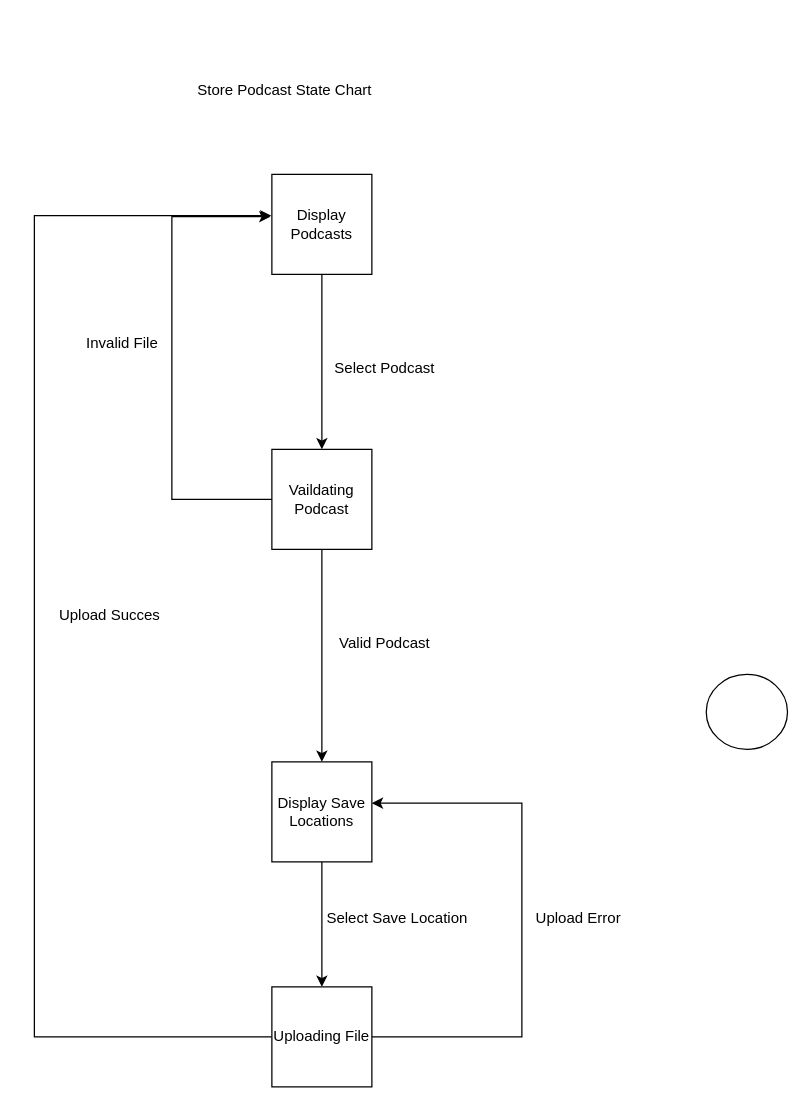
Glizzus/COMP-3700 keeps this draw.io diagram as D6a-Statecharts/store_podcast_statechart.drawio. Above is the earlier version. Source tidied: cells renumbered, new cells numbered last; positions are measured from the earlier drawing's top-left corner, leaving out a move shared by most shapes. Both pictures are drawn from the tidied source at 125%, with x=0, y=0 at pixel (34, 71).
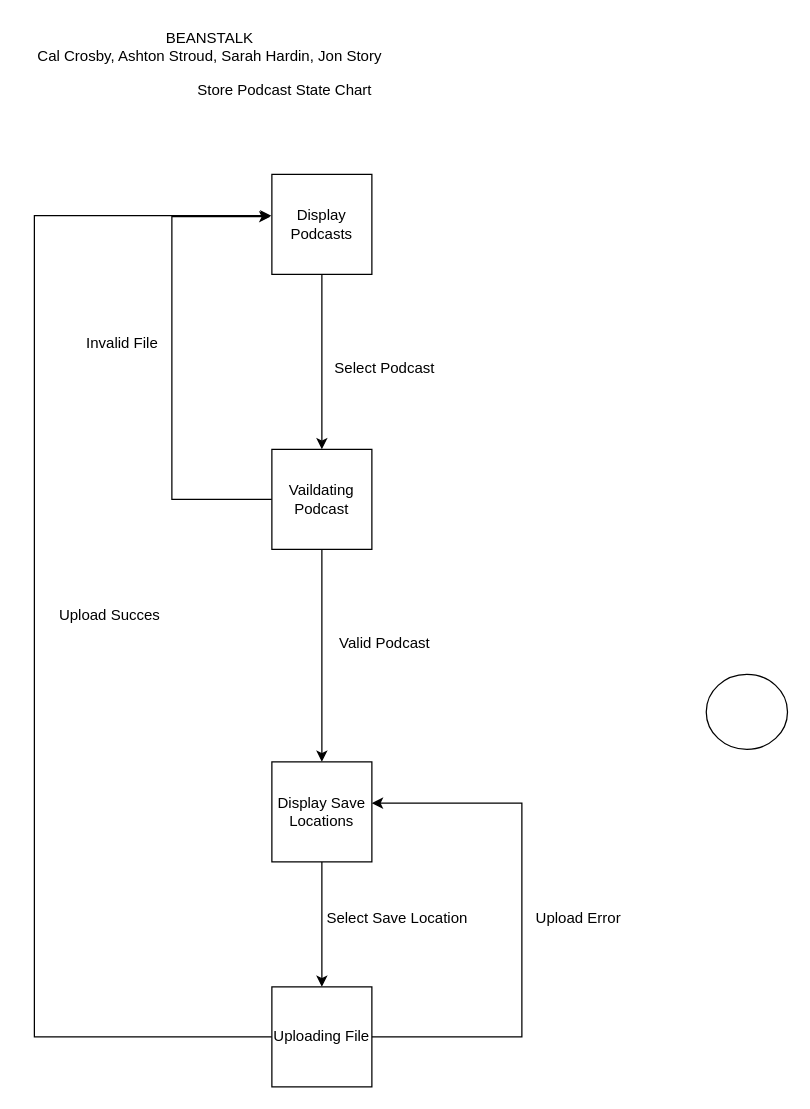
After the change.

Change to the diagram source:
```diff
@@
+    <mxCell id="20" value="BEANSTALK&lt;br&gt;Cal Crosby, Ashton Stroud, Sarah Hardin, Jon Story" style="text;html=1;align=center;verticalAlign=middle;strokeColor=none;fillColor=none;" parent="1" vertex="1">
+      <mxGeometry x="-10" y="-40" width="300" height="40" as="geometry" />
+    </mxCell>
```
